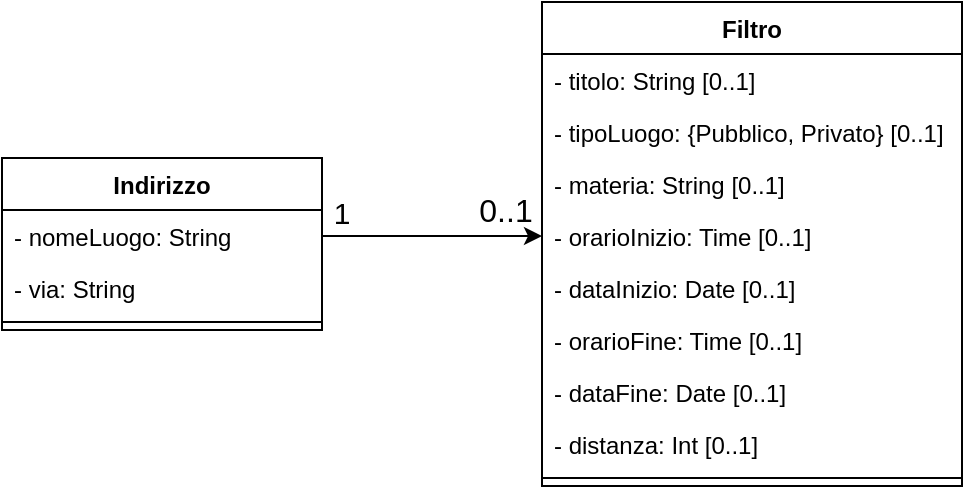
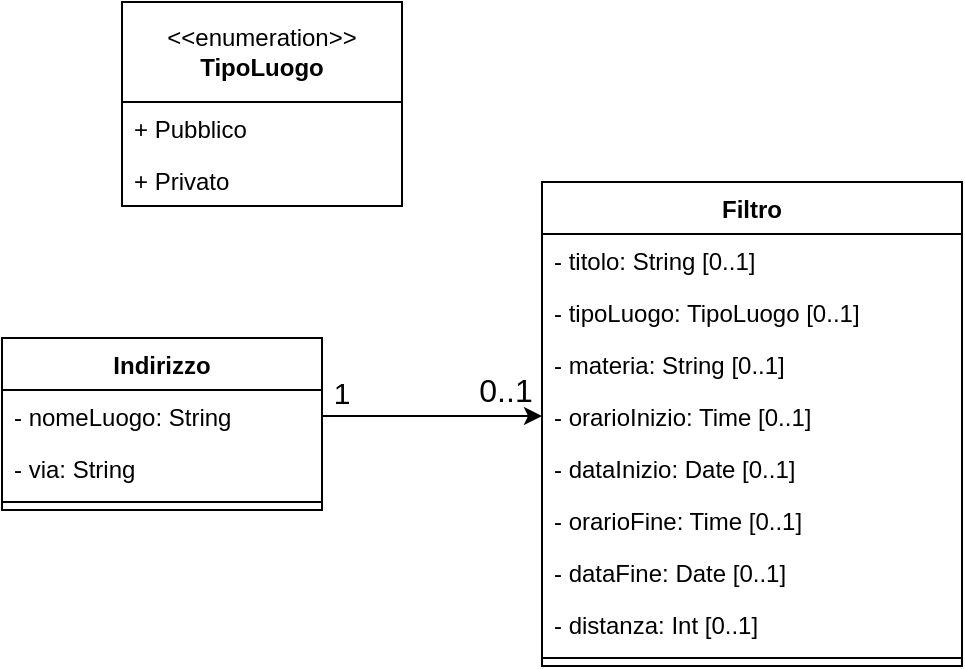
<mxfile host="app.diagrams.net">
  <diagram name="Pagina-1" id="mzueSdHK7Ct0xg_DZuQe">
-     <mxGraphModel dx="687" dy="351" grid="1" gridSize="10" guides="1" tooltips="1" connect="1" arrows="1" fold="1" page="1" pageScale="1" pageWidth="827" pageHeight="1169" math="0" shadow="0">
+     <mxGraphModel dx="1075" dy="622" grid="1" gridSize="10" guides="1" tooltips="1" connect="1" arrows="1" fold="1" page="1" pageScale="1" pageWidth="827" pageHeight="1169" math="0" shadow="0">
      <root>
        <mxCell id="0" />
        <mxCell id="1" parent="0" />
        <mxCell id="MTtY--_HALb1GSXlYKvF-1" parent="1" style="swimlane;fontStyle=1;align=center;verticalAlign=top;childLayout=stackLayout;horizontal=1;startSize=26;horizontalStack=0;resizeParent=1;resizeParentMax=0;resizeLast=0;collapsible=1;marginBottom=0;whiteSpace=wrap;html=1;" value="Filtro" vertex="1">
          <mxGeometry height="242" width="210" x="280" y="180" as="geometry" />
        </mxCell>
        <mxCell id="MTtY--_HALb1GSXlYKvF-5" parent="MTtY--_HALb1GSXlYKvF-1" style="text;align=left;verticalAlign=top;spacingLeft=4;spacingRight=4;overflow=hidden;rotatable=0;points=[[0,0.5],[1,0.5]];portConstraint=eastwest;" value="- titolo: String [0..1]" vertex="1">
          <mxGeometry height="26" width="210" y="26" as="geometry" />
        </mxCell>
-         <mxCell id="MTtY--_HALb1GSXlYKvF-9" parent="MTtY--_HALb1GSXlYKvF-1" style="text;align=left;verticalAlign=top;spacingLeft=4;spacingRight=4;overflow=hidden;rotatable=0;points=[[0,0.5],[1,0.5]];portConstraint=eastwest;rounded=0;shadow=0;html=0;" value="- tipoLuogo: {Pubblico, Privato} [0..1]" vertex="1">
+         <mxCell id="MTtY--_HALb1GSXlYKvF-9" parent="MTtY--_HALb1GSXlYKvF-1" style="text;align=left;verticalAlign=top;spacingLeft=4;spacingRight=4;overflow=hidden;rotatable=0;points=[[0,0.5],[1,0.5]];portConstraint=eastwest;rounded=0;shadow=0;html=0;" value="- tipoLuogo: TipoLuogo [0..1]" vertex="1">
          <mxGeometry height="26" width="210" y="52" as="geometry" />
        </mxCell>
        <mxCell id="MTtY--_HALb1GSXlYKvF-8" parent="MTtY--_HALb1GSXlYKvF-1" style="text;align=left;verticalAlign=top;spacingLeft=4;spacingRight=4;overflow=hidden;rotatable=0;points=[[0,0.5],[1,0.5]];portConstraint=eastwest;rounded=0;shadow=0;html=0;" value="- materia: String [0..1]" vertex="1">
          <mxGeometry height="26" width="210" y="78" as="geometry" />
        </mxCell>
        <mxCell id="MTtY--_HALb1GSXlYKvF-7" parent="MTtY--_HALb1GSXlYKvF-1" style="text;align=left;verticalAlign=top;spacingLeft=4;spacingRight=4;overflow=hidden;rotatable=0;points=[[0,0.5],[1,0.5]];portConstraint=eastwest;rounded=0;shadow=0;html=0;" value="- orarioInizio: Time [0..1]" vertex="1">
          <mxGeometry height="26" width="210" y="104" as="geometry" />
        </mxCell>
        <mxCell id="MTtY--_HALb1GSXlYKvF-6" parent="MTtY--_HALb1GSXlYKvF-1" style="text;align=left;verticalAlign=top;spacingLeft=4;spacingRight=4;overflow=hidden;rotatable=0;points=[[0,0.5],[1,0.5]];portConstraint=eastwest;rounded=0;shadow=0;html=0;" value="- dataInizio: Date [0..1]" vertex="1">
          <mxGeometry height="26" width="210" y="130" as="geometry" />
        </mxCell>
        <mxCell id="MTtY--_HALb1GSXlYKvF-15" parent="MTtY--_HALb1GSXlYKvF-1" style="text;align=left;verticalAlign=top;spacingLeft=4;spacingRight=4;overflow=hidden;rotatable=0;points=[[0,0.5],[1,0.5]];portConstraint=eastwest;rounded=0;shadow=0;html=0;" value="- orarioFine: Time [0..1]" vertex="1">
          <mxGeometry height="26" width="210" y="156" as="geometry" />
        </mxCell>
        <mxCell id="MTtY--_HALb1GSXlYKvF-16" parent="MTtY--_HALb1GSXlYKvF-1" style="text;align=left;verticalAlign=top;spacingLeft=4;spacingRight=4;overflow=hidden;rotatable=0;points=[[0,0.5],[1,0.5]];portConstraint=eastwest;rounded=0;shadow=0;html=0;" value="- dataFine: Date [0..1]" vertex="1">
          <mxGeometry height="26" width="210" y="182" as="geometry" />
        </mxCell>
        <mxCell id="MTtY--_HALb1GSXlYKvF-21" parent="MTtY--_HALb1GSXlYKvF-1" style="text;strokeColor=none;fillColor=none;align=left;verticalAlign=top;spacingLeft=4;spacingRight=4;overflow=hidden;rotatable=0;points=[[0,0.5],[1,0.5]];portConstraint=eastwest;whiteSpace=wrap;html=1;" value="- distanza: Int [0..1]" vertex="1">
          <mxGeometry height="26" width="210" y="208" as="geometry" />
        </mxCell>
        <mxCell id="MTtY--_HALb1GSXlYKvF-3" parent="MTtY--_HALb1GSXlYKvF-1" style="line;strokeWidth=1;fillColor=none;align=left;verticalAlign=middle;spacingTop=-1;spacingLeft=3;spacingRight=3;rotatable=0;labelPosition=right;points=[];portConstraint=eastwest;strokeColor=inherit;" value="" vertex="1">
          <mxGeometry height="8" width="210" y="234" as="geometry" />
        </mxCell>
        <mxCell id="MTtY--_HALb1GSXlYKvF-22" parent="1" style="swimlane;fontStyle=1;align=center;verticalAlign=top;childLayout=stackLayout;horizontal=1;startSize=26;horizontalStack=0;resizeParent=1;resizeParentMax=0;resizeLast=0;collapsible=1;marginBottom=0;whiteSpace=wrap;html=1;" value="Indirizzo" vertex="1">
          <mxGeometry height="86" width="160" x="10" y="258" as="geometry" />
        </mxCell>
        <mxCell id="MTtY--_HALb1GSXlYKvF-23" parent="MTtY--_HALb1GSXlYKvF-22" style="text;strokeColor=none;fillColor=none;align=left;verticalAlign=top;spacingLeft=4;spacingRight=4;overflow=hidden;rotatable=0;points=[[0,0.5],[1,0.5]];portConstraint=eastwest;whiteSpace=wrap;html=1;" value="- nomeLuogo: String" vertex="1">
          <mxGeometry height="26" width="160" y="26" as="geometry" />
        </mxCell>
        <mxCell id="MTtY--_HALb1GSXlYKvF-24" parent="MTtY--_HALb1GSXlYKvF-22" style="text;strokeColor=none;fillColor=none;align=left;verticalAlign=top;spacingLeft=4;spacingRight=4;overflow=hidden;rotatable=0;points=[[0,0.5],[1,0.5]];portConstraint=eastwest;whiteSpace=wrap;html=1;" value="- via: String" vertex="1">
          <mxGeometry height="26" width="160" y="52" as="geometry" />
        </mxCell>
        <mxCell id="MTtY--_HALb1GSXlYKvF-25" parent="MTtY--_HALb1GSXlYKvF-22" style="line;strokeWidth=1;fillColor=none;align=left;verticalAlign=middle;spacingTop=-1;spacingLeft=3;spacingRight=3;rotatable=0;labelPosition=right;points=[];portConstraint=eastwest;strokeColor=inherit;" value="" vertex="1">
          <mxGeometry height="8" width="160" y="78" as="geometry" />
        </mxCell>
        <mxCell id="MTtY--_HALb1GSXlYKvF-26" edge="1" parent="1" source="MTtY--_HALb1GSXlYKvF-23" style="edgeStyle=orthogonalEdgeStyle;rounded=0;orthogonalLoop=1;jettySize=auto;html=1;exitX=1;exitY=0.5;exitDx=0;exitDy=0;entryX=0;entryY=0.5;entryDx=0;entryDy=0;" target="MTtY--_HALb1GSXlYKvF-7">
          <mxGeometry relative="1" as="geometry" />
        </mxCell>
        <mxCell id="MTtY--_HALb1GSXlYKvF-27" parent="1" style="text;html=1;whiteSpace=wrap;strokeColor=none;fillColor=none;align=center;verticalAlign=middle;rounded=0;" value="&lt;font style=&quot;font-size: 15px;&quot;&gt;1&lt;/font&gt;" vertex="1">
          <mxGeometry height="30" width="60" x="150" y="270" as="geometry" />
        </mxCell>
        <mxCell id="MTtY--_HALb1GSXlYKvF-28" parent="1" style="text;html=1;whiteSpace=wrap;strokeColor=none;fillColor=none;align=center;verticalAlign=middle;rounded=0;" value="&lt;font style=&quot;font-size: 16px;&quot;&gt;0..1&lt;/font&gt;" vertex="1">
          <mxGeometry height="30" width="60" x="232" y="269" as="geometry" />
        </mxCell>
+         <mxCell id="67ep8UohfUz69hrE--r5-96" parent="1" style="swimlane;fontStyle=0;childLayout=stackLayout;horizontal=1;startSize=50;fillColor=none;horizontalStack=0;resizeParent=1;resizeParentMax=0;resizeLast=0;collapsible=1;marginBottom=0;whiteSpace=wrap;html=1;" value="&amp;lt;&amp;lt;enumeration&amp;gt;&amp;gt;&lt;div&gt;&lt;b&gt;TipoLuogo&lt;/b&gt;&lt;/div&gt;" vertex="1">
+           <mxGeometry height="102" width="140" x="70" y="90" as="geometry" />
+         </mxCell>
+         <mxCell id="67ep8UohfUz69hrE--r5-98" parent="67ep8UohfUz69hrE--r5-96" style="text;strokeColor=none;fillColor=none;align=left;verticalAlign=top;spacingLeft=4;spacingRight=4;overflow=hidden;rotatable=0;points=[[0,0.5],[1,0.5]];portConstraint=eastwest;whiteSpace=wrap;html=1;" value="+ Pubblico" vertex="1">
+           <mxGeometry height="26" width="140" y="50" as="geometry" />
+         </mxCell>
+         <mxCell id="67ep8UohfUz69hrE--r5-99" parent="67ep8UohfUz69hrE--r5-96" style="text;strokeColor=none;fillColor=none;align=left;verticalAlign=top;spacingLeft=4;spacingRight=4;overflow=hidden;rotatable=0;points=[[0,0.5],[1,0.5]];portConstraint=eastwest;whiteSpace=wrap;html=1;" value="+ Privato" vertex="1">
+           <mxGeometry height="26" width="140" y="76" as="geometry" />
+         </mxCell>
      </root>
    </mxGraphModel>
  </diagram>
</mxfile>
